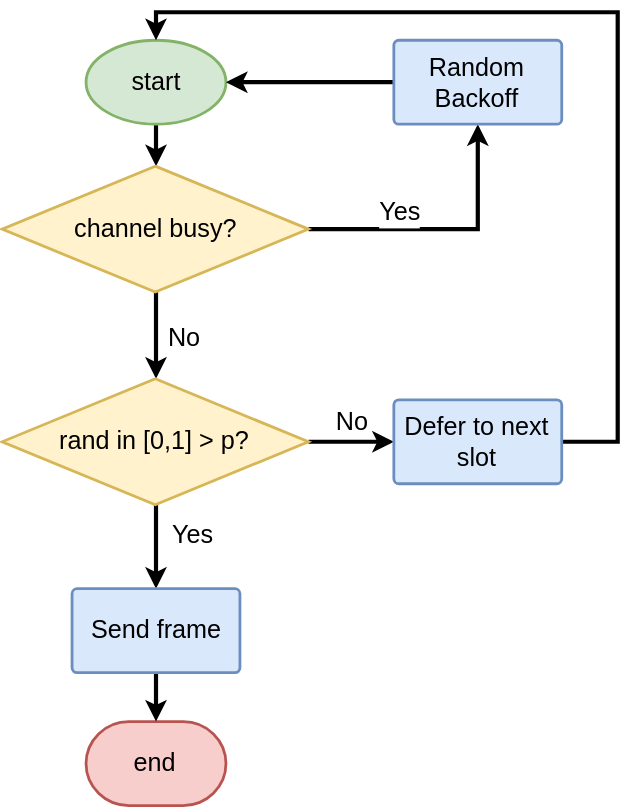
The draw.io diagram thesis/pictures/csma_p_persistent.svg in tangboshi/bachelor_thesis, before a commit. Source tidied: cells renumbered, new cells last; positions are measured from the earlier drawing's top-left corner, leaving out a move shared by most shapes. Source of this version:
```xml
<mxGraphModel background="#ffffff">
  <root>
    <mxCell id="0" />
    <mxCell id="1" parent="0" />
    <mxCell id="2" style="edgeStyle=orthogonalEdgeStyle;rounded=0;comic=0;html=1;exitX=0.5;exitY=1;exitPerimeter=0;entryX=0.5;entryY=0;entryPerimeter=0;shadow=0;labelBackgroundColor=none;jettySize=auto;fontSize=18;strokeWidth=3;" parent="1" edge="1" source="3" target="8">
      <mxGeometry relative="1" as="geometry" />
    </mxCell>
    <mxCell id="3" value="start" style="strokeWidth=2;html=1;shape=mxgraph.flowchart.start_1;whiteSpace=wrap;rounded=1;shadow=0;glass=0;comic=0;labelBackgroundColor=none;fillColor=#d5e8d4;fontSize=18;strokeColor=#82b366;" parent="1" vertex="1">
      <mxGeometry x="60" y="20" width="100" height="60" as="geometry" />
    </mxCell>
    <mxCell id="4" value="end" style="strokeWidth=2;html=1;shape=mxgraph.flowchart.terminator;whiteSpace=wrap;rounded=1;shadow=0;glass=0;comic=0;labelBackgroundColor=none;fillColor=#f8cecc;fontSize=18;strokeColor=#b85450;" parent="1" vertex="1">
      <mxGeometry x="60" y="507" width="100" height="60" as="geometry" />
    </mxCell>
    <mxCell id="5" value="No" style="edgeStyle=orthogonalEdgeStyle;rounded=0;comic=0;html=1;exitX=0.5;exitY=1;exitPerimeter=0;entryX=0.5;entryY=0;entryPerimeter=0;shadow=0;labelBackgroundColor=none;jettySize=auto;fontSize=18;strokeWidth=3;" parent="1" edge="1" source="8" target="12">
      <mxGeometry x="0.03" y="20" relative="1" as="geometry" />
    </mxCell>
    <mxCell id="6" style="edgeStyle=orthogonalEdgeStyle;rounded=0;comic=0;html=1;exitX=1;exitY=0.5;exitPerimeter=0;entryX=0.5;entryY=1;entryPerimeter=0;shadow=0;labelBackgroundColor=none;jettySize=auto;strokeWidth=3;fontSize=18;" parent="1" edge="1" source="8" target="19">
      <mxGeometry relative="1" as="geometry" />
    </mxCell>
    <mxCell id="7" value="Yes" style="text;html=1;align=center;verticalAlign=middle;labelBackgroundColor=#ffffff;fontSize=18;" parent="6" vertex="1">
      <mxGeometry x="-0.23" y="-2" relative="1" as="geometry">
        <mxPoint x="-11" y="-15" as="offset" />
      </mxGeometry>
    </mxCell>
    <mxCell id="8" value="channel busy?" style="strokeWidth=2;html=1;shape=mxgraph.flowchart.decision;whiteSpace=wrap;rounded=1;shadow=0;glass=0;comic=0;labelBackgroundColor=none;fillColor=#fff2cc;fontSize=18;strokeColor=#d6b656;" parent="1" vertex="1">
      <mxGeometry y="110" width="219" height="90" as="geometry" />
    </mxCell>
    <mxCell id="9" style="edgeStyle=orthogonalEdgeStyle;rounded=0;comic=0;html=1;exitX=1;exitY=0.5;exitPerimeter=0;entryX=0;entryY=0.5;entryPerimeter=0;shadow=0;labelBackgroundColor=none;jettySize=auto;fontSize=18;strokeWidth=3;" parent="1" edge="1" source="12" target="14">
      <mxGeometry relative="1" as="geometry" />
    </mxCell>
    <mxCell id="10" value="No" style="text;html=1;align=center;verticalAlign=middle;labelBackgroundColor=#ffffff;fontSize=18;" parent="9" vertex="1">
      <mxGeometry x="-0.23" y="-1" relative="1" as="geometry">
        <mxPoint x="7" y="-16" as="offset" />
      </mxGeometry>
    </mxCell>
    <mxCell id="11" style="edgeStyle=orthogonalEdgeStyle;rounded=0;comic=0;html=1;exitX=0.5;exitY=1;exitPerimeter=0;entryX=0.5;entryY=0;entryPerimeter=0;shadow=0;labelBackgroundColor=none;jettySize=auto;fontSize=18;strokeWidth=3;" parent="1" edge="1" source="12" target="16">
      <mxGeometry relative="1" as="geometry" />
    </mxCell>
    <mxCell id="12" value="rand in [0,1] &amp;gt; p?" style="strokeWidth=2;html=1;shape=mxgraph.flowchart.decision;whiteSpace=wrap;rounded=1;shadow=0;glass=0;comic=0;labelBackgroundColor=none;fillColor=#fff2cc;fontSize=18;strokeColor=#d6b656;" parent="1" vertex="1">
      <mxGeometry y="262" width="219" height="90" as="geometry" />
    </mxCell>
    <mxCell id="13" style="edgeStyle=orthogonalEdgeStyle;rounded=0;comic=0;html=1;entryX=0.5;entryY=0;entryPerimeter=0;shadow=0;labelBackgroundColor=none;jettySize=auto;fontSize=18;strokeWidth=3;" parent="1" edge="1" source="14" target="3">
      <mxGeometry relative="1" as="geometry">
        <Array as="points">
          <mxPoint x="440" y="307" />
          <mxPoint x="440" />
          <mxPoint x="110" />
        </Array>
      </mxGeometry>
    </mxCell>
    <mxCell id="14" value="Defer to next slot" style="strokeWidth=2;html=1;shape=mxgraph.flowchart.process;whiteSpace=wrap;rounded=1;shadow=0;glass=0;comic=0;labelBackgroundColor=none;fillColor=#dae8fc;fontSize=18;strokeColor=#6c8ebf;" parent="1" vertex="1">
      <mxGeometry x="280" y="277" width="120" height="60" as="geometry" />
    </mxCell>
    <mxCell id="15" style="edgeStyle=orthogonalEdgeStyle;rounded=0;comic=0;html=1;exitX=0.5;exitY=1;exitPerimeter=0;entryX=0.5;entryY=0;entryPerimeter=0;shadow=0;labelBackgroundColor=none;jettySize=auto;fontSize=18;strokeWidth=3;" parent="1" edge="1" source="16" target="4">
      <mxGeometry relative="1" as="geometry" />
    </mxCell>
    <mxCell id="16" value="Send frame" style="strokeWidth=2;html=1;shape=mxgraph.flowchart.process;whiteSpace=wrap;rounded=1;shadow=0;glass=0;comic=0;labelBackgroundColor=none;fillColor=#dae8fc;fontSize=18;strokeColor=#6c8ebf;" parent="1" vertex="1">
      <mxGeometry x="50" y="412" width="120" height="60" as="geometry" />
    </mxCell>
    <mxCell id="17" value="Yes" style="text;html=1;align=left;verticalAlign=top;spacingTop=-4;fontSize=18;" parent="1" vertex="1">
      <mxGeometry x="120" y="361" width="40" height="20" as="geometry" />
    </mxCell>
    <mxCell id="18" style="edgeStyle=orthogonalEdgeStyle;rounded=0;comic=0;html=1;exitX=0;exitY=0.5;exitPerimeter=0;entryX=1;entryY=0.5;entryPerimeter=0;shadow=0;labelBackgroundColor=none;jettySize=auto;strokeWidth=3;fontSize=18;" parent="1" edge="1" source="19" target="3">
      <mxGeometry relative="1" as="geometry" />
    </mxCell>
    <mxCell id="19" value="Random Backoff" style="strokeWidth=2;html=1;shape=mxgraph.flowchart.process;whiteSpace=wrap;rounded=1;shadow=0;glass=0;comic=0;labelBackgroundColor=none;fillColor=#dae8fc;fontSize=18;strokeColor=#6c8ebf;" parent="1" vertex="1">
      <mxGeometry x="280" y="20" width="120" height="60" as="geometry" />
    </mxCell>
  </root>
</mxGraphModel>
```
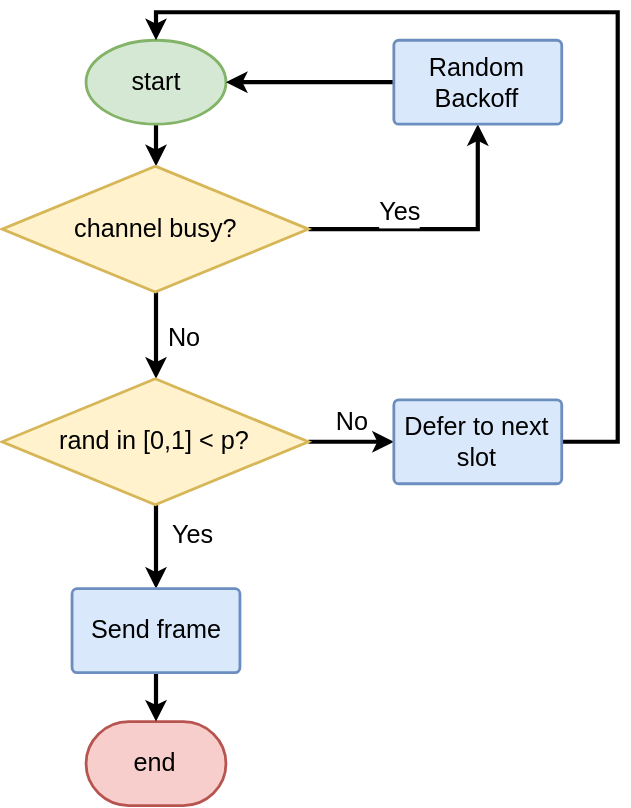
After the commit.

What changed in the source:
```diff
@@ -36,7 +36,7 @@
     <mxCell id="11" style="edgeStyle=orthogonalEdgeStyle;rounded=0;comic=0;html=1;exitX=0.5;exitY=1;exitPerimeter=0;entryX=0.5;entryY=0;entryPerimeter=0;shadow=0;labelBackgroundColor=none;jettySize=auto;fontSize=18;strokeWidth=3;" parent="1" edge="1" source="12" target="16">
       <mxGeometry relative="1" as="geometry" />
     </mxCell>
-    <mxCell id="12" value="rand in [0,1] &amp;gt; p?" style="strokeWidth=2;html=1;shape=mxgraph.flowchart.decision;whiteSpace=wrap;rounded=1;shadow=0;glass=0;comic=0;labelBackgroundColor=none;fillColor=#fff2cc;fontSize=18;strokeColor=#d6b656;" parent="1" vertex="1">
+    <mxCell id="12" value="rand in [0,1] &amp;lt; p?" style="strokeWidth=2;html=1;shape=mxgraph.flowchart.decision;whiteSpace=wrap;rounded=1;shadow=0;glass=0;comic=0;labelBackgroundColor=none;fillColor=#fff2cc;fontSize=18;strokeColor=#d6b656;" parent="1" vertex="1">
       <mxGeometry y="262" width="219" height="90" as="geometry" />
     </mxCell>
     <mxCell id="13" style="edgeStyle=orthogonalEdgeStyle;rounded=0;comic=0;html=1;entryX=0.5;entryY=0;entryPerimeter=0;shadow=0;labelBackgroundColor=none;jettySize=auto;fontSize=18;strokeWidth=3;" parent="1" edge="1" source="14" target="3">
```
